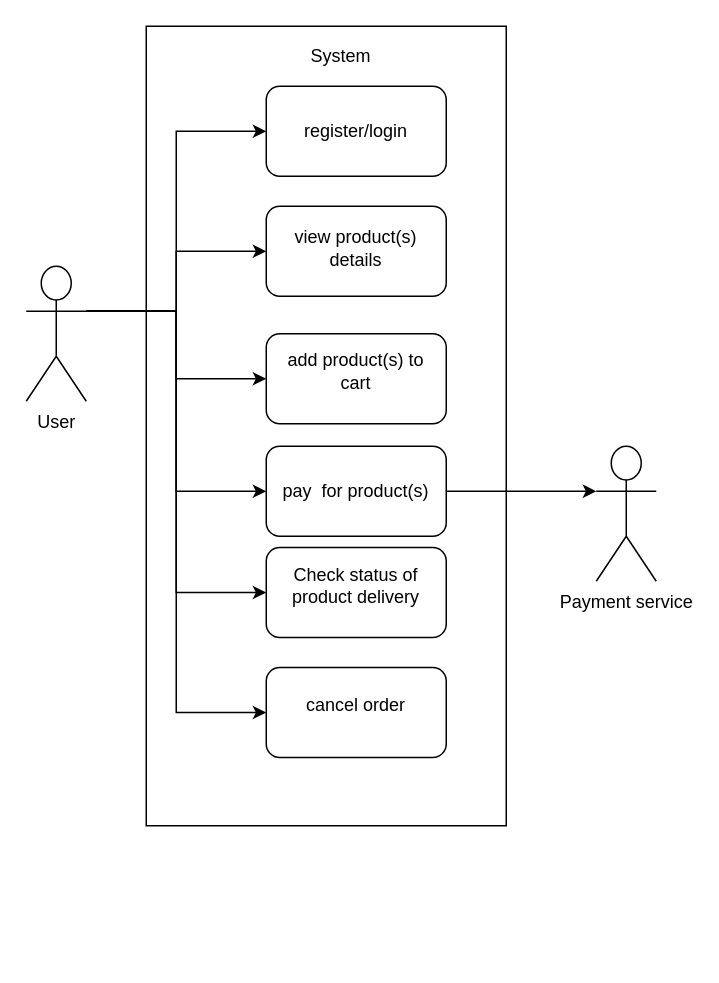
Earlier version of the draw.io diagram amazon_user.drawio (MohitBurkule/uml-diagrams). Source tidied: cells renumbered, new cells numbered last; positions are measured from the earlier drawing's top-left corner, leaving out a move shared by most shapes. Both pictures are drawn from the tidied source at 150%, with x=0, y=0 at pixel (26, 26).
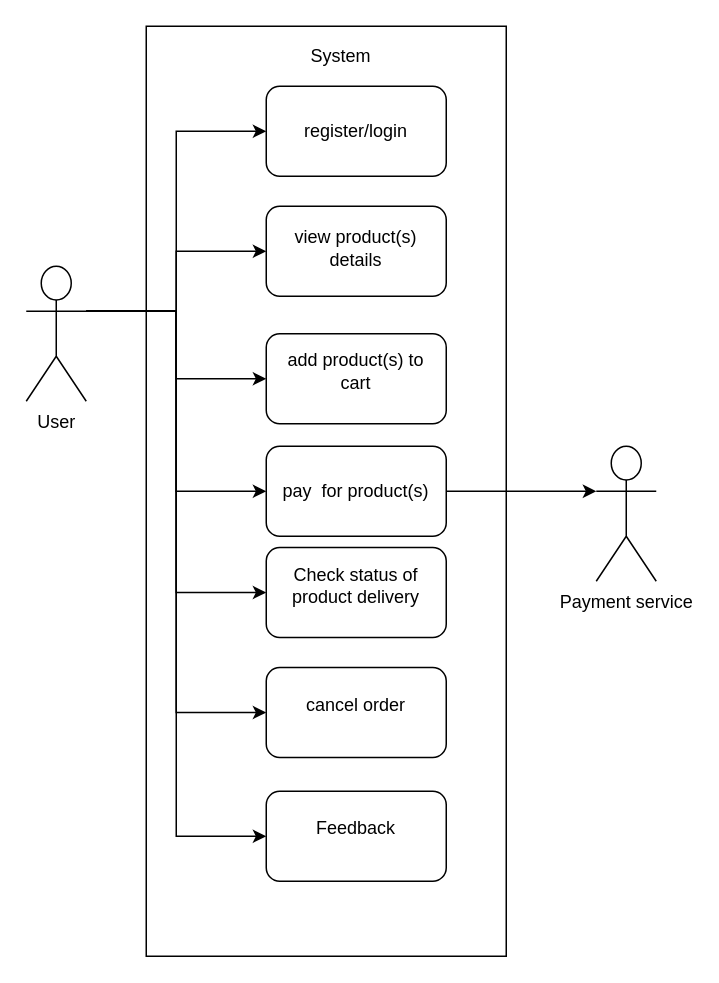
The same diagram, later.

The change refers to these unchanged cells:
```xml
<mxCell id="9" value="User" style="shape=umlActor;verticalLabelPosition=bottom;labelBackgroundColor=#ffffff;verticalAlign=top;html=1;" parent="1" vertex="1">
  <mxGeometry y="160" width="40" height="90" as="geometry" />
</mxCell>
```

Diff of the diagram source:
```diff
@@
     <mxCell id="2" style="rounded=0;whiteSpace=wrap;html=1;" parent="1" vertex="1">
-      <mxGeometry x="80" width="240" height="533" as="geometry" />
+      <mxGeometry x="80" width="240" height="620" as="geometry" />
     </mxCell>
@@
+    <mxCell id="25" style="edgeStyle=orthogonalEdgeStyle;rounded=0;jettySize=auto;html=1;exitX=1;exitY=0.3333333333333333;exitDx=0;exitDy=0;exitPerimeter=0;entryX=0;entryY=0.5;entryDx=0;entryDy=0;" parent="1" edge="1" source="9" target="26">
+      <mxGeometry relative="1" as="geometry" />
+    </mxCell>
@@
+    <mxCell id="26" style="rounded=1;whiteSpace=wrap;html=1;" parent="1" vertex="1">
+      <mxGeometry x="160" y="510" width="120" height="60" as="geometry" />
+    </mxCell>
+    <mxCell id="27" value="Feedback" style="text;html=1;strokeColor=none;fillColor=none;align=center;verticalAlign=middle;whiteSpace=wrap;rounded=0;" parent="1" vertex="1">
+      <mxGeometry x="170" y="515" width="100" height="40" as="geometry" />
+    </mxCell>
```
